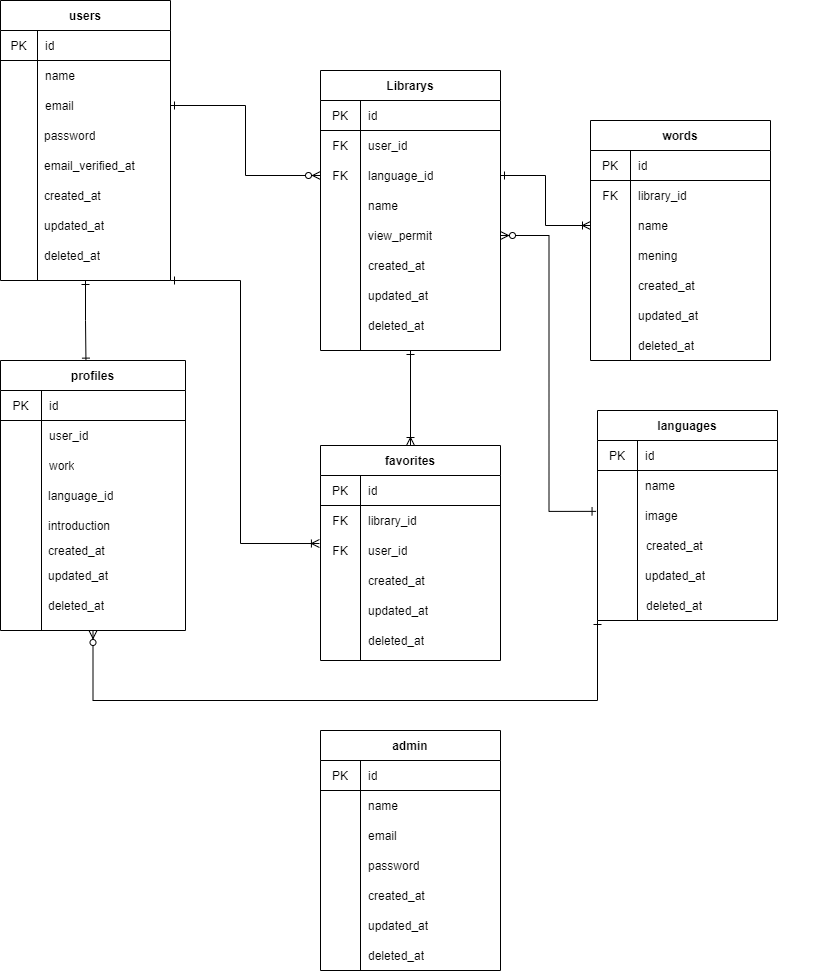
This is Database/Database.drawio.png from axxxhiratani/MyLibrary, a draw.io export, as it was before one commit. Source tidied: cells renumbered, new cells last; positions are measured from the earlier drawing's top-left corner, leaving out a move shared by most shapes.
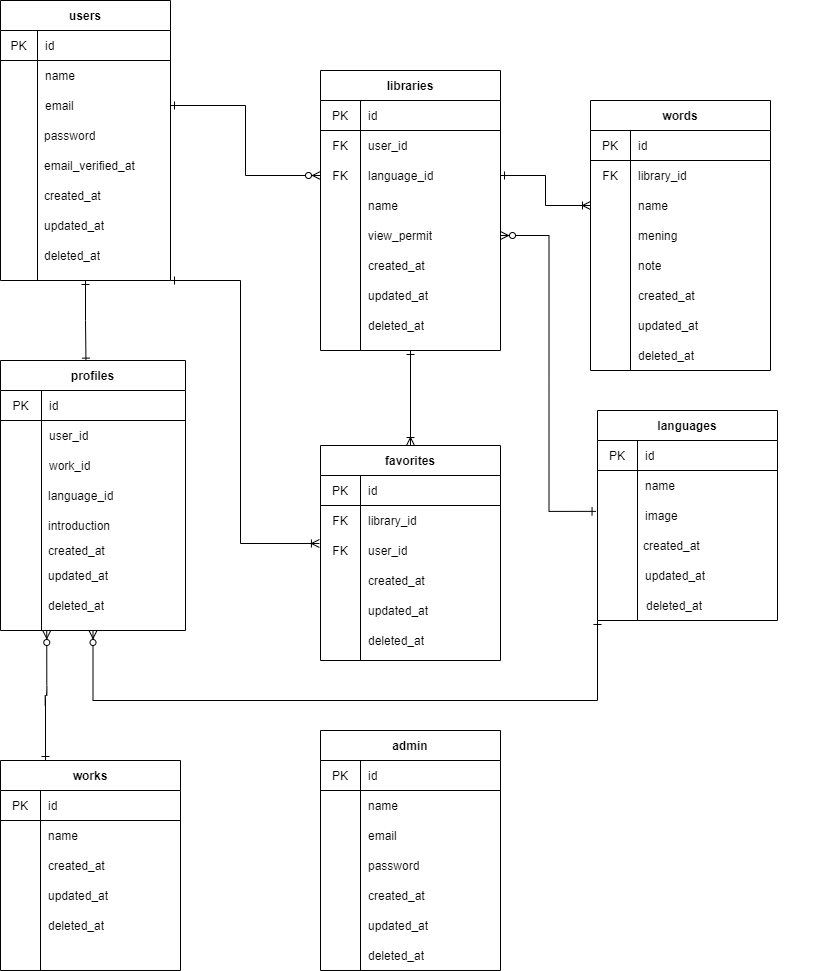
Above is the later version.

Diff of the diagram source:
```diff
@@ -54,6 +54,9 @@
         </Array>
       </mxGeometry>
     </mxCell>
+    <mxCell id="112" style="edgeStyle=orthogonalEdgeStyle;html=1;exitX=0.25;exitY=1;exitDx=0;exitDy=0;entryX=0.25;entryY=0;entryDx=0;entryDy=0;endArrow=ERone;endFill=0;startArrow=ERzeroToMany;startFill=1;" parent="1" edge="1" source="16" target="114">
+      <mxGeometry relative="1" as="geometry" />
+    </mxCell>
     <mxCell id="16" value="profiles" style="shape=table;startSize=30;rowLines=0;fontStyle=1;align=center;" parent="1" vertex="1">
       <mxGeometry y="360" width="185" height="270" as="geometry" />
     </mxCell>
@@ -81,7 +84,7 @@
     <mxCell id="24" style="shape=partialRectangle;html=1;whiteSpace=wrap;fillColor=none;top=0;left=0;bottom=0;right=0;overflow=hidden;" parent="23" vertex="1">
       <mxGeometry width="41" height="30" as="geometry" />
     </mxCell>
-    <mxCell id="25" value="work" style="shape=partialRectangle;html=1;whiteSpace=wrap;fillColor=none;top=0;left=0;bottom=0;right=0;align=left;spacingLeft=6;overflow=hidden;" parent="23" vertex="1">
+    <mxCell id="25" value="work_id" style="shape=partialRectangle;html=1;whiteSpace=wrap;fillColor=none;top=0;left=0;bottom=0;right=0;align=left;spacingLeft=6;overflow=hidden;" parent="23" vertex="1">
       <mxGeometry x="41" width="144" height="30" as="geometry" />
     </mxCell>
     <mxCell id="26" value="language_id" style="shape=partialRectangle;html=1;whiteSpace=wrap;fillColor=none;top=0;left=0;bottom=0;right=0;align=left;spacingLeft=6;overflow=hidden;" parent="1" vertex="1">
@@ -93,7 +96,7 @@
     <mxCell id="28" style="edgeStyle=orthogonalEdgeStyle;rounded=0;jettySize=auto;html=1;exitX=0.5;exitY=1;exitDx=0;exitDy=0;entryX=0.5;entryY=0;entryDx=0;entryDy=0;startArrow=ERone;startFill=0;endArrow=ERoneToMany;endFill=0;" parent="1" edge="1" source="29" target="46">
       <mxGeometry relative="1" as="geometry" />
     </mxCell>
-    <mxCell id="29" value="Librarys" style="shape=table;startSize=30;rowLines=0;fontStyle=1;align=center;" parent="1" vertex="1">
+    <mxCell id="29" value="libraries" style="shape=table;startSize=30;rowLines=0;fontStyle=1;align=center;" parent="1" vertex="1">
       <mxGeometry x="320" y="70" width="180" height="280" as="geometry" />
     </mxCell>
     <mxCell id="30" style="shape=partialRectangle;html=1;whiteSpace=wrap;fillColor=none;top=0;left=0;bottom=1;right=0;" parent="29" vertex="1">
@@ -205,7 +208,7 @@
       <mxGeometry x="40" width="140" height="30" as="geometry" />
     </mxCell>
     <mxCell id="66" value="words" style="shape=table;startSize=30;rowLines=0;fontStyle=1;align=center;" parent="1" vertex="1">
-      <mxGeometry x="590" y="120" width="180" height="240" as="geometry" />
+      <mxGeometry x="590" y="100" width="180" height="270" as="geometry" />
     </mxCell>
     <mxCell id="67" style="shape=partialRectangle;html=1;whiteSpace=wrap;fillColor=none;top=0;left=0;bottom=1;right=0;" parent="66" vertex="1">
       <mxGeometry y="30" width="180" height="30" as="geometry" />
@@ -235,7 +238,7 @@
       <mxGeometry x="40" width="140" height="30" as="geometry" />
     </mxCell>
     <mxCell id="76" value="mening" style="shape=partialRectangle;html=1;whiteSpace=wrap;fillColor=none;top=0;left=0;bottom=0;right=0;align=left;spacingLeft=6;overflow=hidden;" parent="1" vertex="1">
-      <mxGeometry x="630" y="240" width="140" height="30" as="geometry" />
+      <mxGeometry x="630" y="220" width="140" height="30" as="geometry" />
     </mxCell>
     <mxCell id="77" style="edgeStyle=orthogonalEdgeStyle;rounded=0;jettySize=auto;html=1;exitX=1;exitY=0.5;exitDx=0;exitDy=0;entryX=0;entryY=0.5;entryDx=0;entryDy=0;startArrow=ERone;startFill=0;endArrow=ERzeroToMany;endFill=1;" parent="1" edge="1" source="11" target="36">
       <mxGeometry relative="1" as="geometry" />
@@ -295,10 +298,10 @@
       <mxGeometry x="360" y="250" width="187" height="30" as="geometry" />
     </mxCell>
     <mxCell id="96" value="created_at" style="shape=partialRectangle;html=1;whiteSpace=wrap;fillColor=none;top=0;left=0;bottom=0;right=0;align=left;spacingLeft=6;overflow=hidden;" parent="1" vertex="1">
-      <mxGeometry x="630" y="270" width="187" height="30" as="geometry" />
+      <mxGeometry x="630" y="280" width="187" height="30" as="geometry" />
     </mxCell>
     <mxCell id="97" value="created_at" style="shape=partialRectangle;html=1;whiteSpace=wrap;fillColor=none;top=0;left=0;bottom=0;right=0;align=left;spacingLeft=6;overflow=hidden;" parent="1" vertex="1">
-      <mxGeometry x="638" y="530" width="187" height="30" as="geometry" />
+      <mxGeometry x="635" y="530" width="187" height="30" as="geometry" />
     </mxCell>
     <mxCell id="98" value="created_at" style="shape=partialRectangle;html=1;whiteSpace=wrap;fillColor=none;top=0;left=0;bottom=0;right=0;align=left;spacingLeft=6;overflow=hidden;" parent="1" vertex="1">
       <mxGeometry x="360" y="880" width="187" height="30" as="geometry" />
@@ -313,7 +316,7 @@
       <mxGeometry x="360" y="595" width="187" height="30" as="geometry" />
     </mxCell>
     <mxCell id="102" value="updated_at" style="shape=partialRectangle;html=1;whiteSpace=wrap;fillColor=none;top=0;left=0;bottom=0;right=0;align=left;spacingLeft=6;overflow=hidden;" parent="1" vertex="1">
-      <mxGeometry x="630" y="300" width="187" height="30" as="geometry" />
+      <mxGeometry x="630" y="310" width="187" height="30" as="geometry" />
     </mxCell>
     <mxCell id="103" value="updated_at" style="shape=partialRectangle;html=1;whiteSpace=wrap;fillColor=none;top=0;left=0;bottom=0;right=0;align=left;spacingLeft=6;overflow=hidden;" parent="1" vertex="1">
       <mxGeometry x="637" y="560" width="187" height="30" as="geometry" />
@@ -331,7 +334,7 @@
       <mxGeometry x="360" y="625" width="187" height="30" as="geometry" />
     </mxCell>
     <mxCell id="108" value="deleted_at" style="shape=partialRectangle;html=1;whiteSpace=wrap;fillColor=none;top=0;left=0;bottom=0;right=0;align=left;spacingLeft=6;overflow=hidden;" parent="1" vertex="1">
-      <mxGeometry x="630" y="330" width="187" height="30" as="geometry" />
+      <mxGeometry x="630" y="340" width="187" height="30" as="geometry" />
     </mxCell>
     <mxCell id="109" value="deleted_at" style="shape=partialRectangle;html=1;whiteSpace=wrap;fillColor=none;top=0;left=0;bottom=0;right=0;align=left;spacingLeft=6;overflow=hidden;" parent="1" vertex="1">
       <mxGeometry x="638" y="590" width="187" height="30" as="geometry" />
@@ -342,5 +345,47 @@
     <mxCell id="111" value="email_verified_at" style="shape=partialRectangle;html=1;whiteSpace=wrap;fillColor=none;top=0;left=0;bottom=0;right=0;align=left;spacingLeft=6;overflow=hidden;" parent="1" vertex="1">
       <mxGeometry x="36" y="150" width="187" height="30" as="geometry" />
     </mxCell>
+    <mxCell id="113" value="note" style="shape=partialRectangle;html=1;whiteSpace=wrap;fillColor=none;top=0;left=0;bottom=0;right=0;align=left;spacingLeft=6;overflow=hidden;" parent="1" vertex="1">
+      <mxGeometry x="630" y="250" width="140" height="30" as="geometry" />
+    </mxCell>
+    <mxCell id="114" value="works" style="shape=table;startSize=30;rowLines=0;fontStyle=1;align=center;" parent="1" vertex="1">
+      <mxGeometry y="760" width="180" height="210" as="geometry" />
+    </mxCell>
+    <mxCell id="115" style="shape=partialRectangle;html=1;whiteSpace=wrap;fillColor=none;top=0;left=0;bottom=1;right=0;" parent="114" vertex="1">
+      <mxGeometry y="30" width="180" height="30" as="geometry" />
+    </mxCell>
+    <mxCell id="116" value="PK" style="shape=partialRectangle;html=1;whiteSpace=wrap;fillColor=none;top=0;left=0;bottom=0;right=0;overflow=hidden;" parent="115" vertex="1">
+      <mxGeometry width="40" height="30" as="geometry" />
+    </mxCell>
+    <mxCell id="117" value="id" style="shape=partialRectangle;html=1;whiteSpace=wrap;fillColor=none;top=0;left=0;bottom=0;right=0;align=left;spacingLeft=6;overflow=hidden;" parent="115" vertex="1">
+      <mxGeometry x="40" width="140" height="30" as="geometry" />
+    </mxCell>
+    <mxCell id="118" style="shape=partialRectangle;html=1;whiteSpace=wrap;fillColor=none;top=0;left=0;bottom=0;right=0;" parent="114" vertex="1">
+      <mxGeometry y="60" width="180" height="30" as="geometry" />
+    </mxCell>
+    <mxCell id="119" style="shape=partialRectangle;html=1;whiteSpace=wrap;fillColor=none;top=0;left=0;bottom=0;right=0;overflow=hidden;" parent="118" vertex="1">
+      <mxGeometry width="40" height="30" as="geometry" />
+    </mxCell>
+    <mxCell id="120" value="name" style="shape=partialRectangle;html=1;whiteSpace=wrap;fillColor=none;top=0;left=0;bottom=0;right=0;align=left;spacingLeft=6;overflow=hidden;" parent="118" vertex="1">
+      <mxGeometry x="40" width="140" height="30" as="geometry" />
+    </mxCell>
+    <mxCell id="121" style="shape=partialRectangle;html=1;whiteSpace=wrap;fillColor=none;top=0;left=0;bottom=0;right=0;" parent="114" vertex="1">
+      <mxGeometry y="90" width="180" height="30" as="geometry" />
+    </mxCell>
+    <mxCell id="122" style="shape=partialRectangle;html=1;whiteSpace=wrap;fillColor=none;top=0;left=0;bottom=0;right=0;overflow=hidden;" parent="121" vertex="1">
+      <mxGeometry width="40" height="30" as="geometry" />
+    </mxCell>
+    <mxCell id="123" style="shape=partialRectangle;html=1;whiteSpace=wrap;fillColor=none;top=0;left=0;bottom=0;right=0;align=left;spacingLeft=6;overflow=hidden;" parent="121" vertex="1">
+      <mxGeometry x="40" width="140" height="30" as="geometry" />
+    </mxCell>
+    <mxCell id="124" value="created_at" style="shape=partialRectangle;html=1;whiteSpace=wrap;fillColor=none;top=0;left=0;bottom=0;right=0;align=left;spacingLeft=6;overflow=hidden;" parent="1" vertex="1">
+      <mxGeometry x="40" y="850" width="187" height="30" as="geometry" />
+    </mxCell>
+    <mxCell id="125" value="updated_at" style="shape=partialRectangle;html=1;whiteSpace=wrap;fillColor=none;top=0;left=0;bottom=0;right=0;align=left;spacingLeft=6;overflow=hidden;" parent="1" vertex="1">
+      <mxGeometry x="40" y="880" width="187" height="30" as="geometry" />
+    </mxCell>
+    <mxCell id="126" value="deleted_at" style="shape=partialRectangle;html=1;whiteSpace=wrap;fillColor=none;top=0;left=0;bottom=0;right=0;align=left;spacingLeft=6;overflow=hidden;" parent="1" vertex="1">
+      <mxGeometry x="40" y="910" width="187" height="30" as="geometry" />
+    </mxCell>
   </root>
 </mxGraphModel>
```
